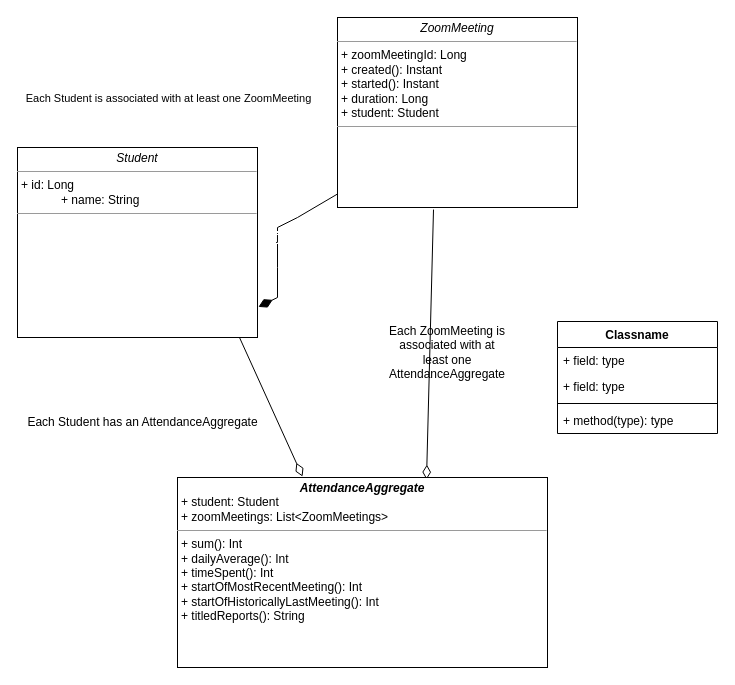
The draw.io diagram docs/work/zoom_uml.drawio in ddc-java-16/zoom-attendance-smoralesss, before the edit. Source tidied: cells renumbered, new cells numbered last; positions are measured from the earlier drawing's top-left corner, leaving out a move shared by most shapes. Both pictures are drawn from the tidied source at 100%, with x=0, y=0 at pixel (17, 17).
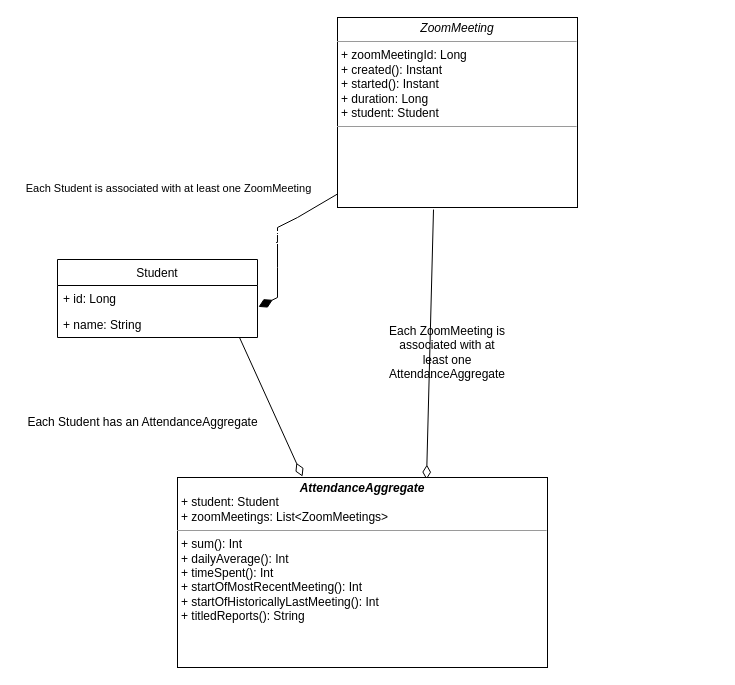
The same diagram, later.

The edit, as a diff of the source:
```diff
@@
 <mxGraphModel>
   <root>
     <mxCell id="0" />
     <mxCell id="1" parent="0" />
-    <mxCell id="2" value="j" style="endArrow=none;html=1;rounded=0;exitX=1.004;exitY=0.839;exitDx=0;exitDy=0;exitPerimeter=0;entryX=0.004;entryY=0.926;entryDx=0;entryDy=0;entryPerimeter=0;startArrow=diamondThin;startFill=1;endFill=0;startSize=13;" parent="1" edge="1" source="6" target="8">
+    <mxCell id="2" value="j" style="endArrow=none;html=1;rounded=0;exitX=1.004;exitY=0.839;exitDx=0;exitDy=0;exitPerimeter=0;entryX=0.004;entryY=0.926;entryDx=0;entryDy=0;entryPerimeter=0;startArrow=diamondThin;startFill=1;endFill=0;startSize=13;" parent="1" edge="1" target="8">
       <mxGeometry relative="1" as="geometry">
+        <mxPoint x="241" y="289.4" as="sourcePoint" />
         <Array as="points">
           <mxPoint x="260" y="280" />
           <mxPoint x="260" y="250" />
           <mxPoint x="260" y="210" />
           <mxPoint x="280" y="200" />
         </Array>
       </mxGeometry>
     </mxCell>
     <mxCell id="3" value="Each Student is associated with at least one ZoomMeeting" style="edgeLabel;html=1;align=center;verticalAlign=middle;rotation=0;" parent="2" vertex="1">
       <mxGeometry relative="1" as="geometry">
-        <mxPoint x="-110" y="-140" as="offset" />
+        <mxPoint x="-110" y="-50" as="offset" />
       </mxGeometry>
     </mxCell>
     <mxCell id="4" style="endArrow=diamondThin;html=1;rounded=0;entryX=0.673;entryY=0.011;entryDx=0;entryDy=0;entryPerimeter=0;startArrow=none;startFill=0;exitX=0.4;exitY=1.011;exitDx=0;exitDy=0;exitPerimeter=0;startSize=12;endFill=0;endSize=12;" parent="1" edge="1" source="8" target="9">
       <mxGeometry relative="1" as="geometry" />
     </mxCell>
     <mxCell id="5" value="Each ZoomMeeting is associated with at least one AttendanceAggregate" style="text;html=1;strokeColor=none;fillColor=none;align=center;verticalAlign=middle;whiteSpace=wrap;rounded=0;" parent="1" vertex="1">
       <mxGeometry x="400" y="320" width="60" height="30" as="geometry" />
     </mxCell>
-    <mxCell id="6" value="&lt;p style=&quot;margin:0px;margin-top:4px;text-align:center;&quot;&gt;&lt;i&gt;Student&lt;/i&gt;&lt;/p&gt;&lt;hr size=&quot;1&quot;&gt;&lt;p style=&quot;margin:0px;margin-left:4px;&quot;&gt;+ id: Long&lt;br&gt;&lt;/p&gt;&lt;blockquote style=&quot;margin: 0 0 0 40px; border: none; padding: 0px;&quot;&gt;&lt;p style=&quot;margin:0px;margin-left:4px;&quot;&gt;+ name: String&lt;/p&gt;&lt;/blockquote&gt;&lt;hr size=&quot;1&quot;&gt;&lt;p style=&quot;margin:0px;margin-left:4px;&quot;&gt;&lt;br&gt;&lt;/p&gt;" style="verticalAlign=top;align=left;overflow=fill;fontSize=12;fontFamily=Helvetica;html=1;" parent="1" vertex="1">
-      <mxGeometry y="130" width="240" height="190" as="geometry" />
-    </mxCell>
-    <mxCell id="7" style="endArrow=diamondThin;html=1;rounded=0;exitX=0.925;exitY=1;exitDx=0;exitDy=0;exitPerimeter=0;entryX=0.338;entryY=-0.005;entryDx=0;entryDy=0;entryPerimeter=0;endFill=0;endSize=12;" parent="1" edge="1" source="6" target="9">
-      <mxGeometry relative="1" as="geometry" />
+    <mxCell id="7" style="endArrow=diamondThin;html=1;rounded=0;exitX=0.925;exitY=1;exitDx=0;exitDy=0;exitPerimeter=0;entryX=0.338;entryY=-0.005;entryDx=0;entryDy=0;entryPerimeter=0;endFill=0;endSize=12;" parent="1" edge="1" target="9">
+      <mxGeometry relative="1" as="geometry">
+        <mxPoint x="222" y="320" as="sourcePoint" />
+      </mxGeometry>
     </mxCell>
     <mxCell id="8" value="&lt;p style=&quot;margin:0px;margin-top:4px;text-align:center;&quot;&gt;&lt;i&gt;ZoomMeeting&lt;/i&gt;&lt;/p&gt;&lt;hr size=&quot;1&quot;&gt;&lt;p style=&quot;margin: 0px 0px 0px 4px;&quot;&gt;+ zoomMeetingId: Long&lt;br&gt;+ created(): Instant&lt;/p&gt;&lt;p style=&quot;margin: 0px 0px 0px 4px;&quot;&gt;+ started(): Instant&lt;/p&gt;&lt;p style=&quot;margin: 0px 0px 0px 4px;&quot;&gt;+ duration: Long&lt;/p&gt;&lt;p style=&quot;margin: 0px 0px 0px 4px;&quot;&gt;+ student: Student&lt;/p&gt;&lt;hr size=&quot;1&quot;&gt;&lt;p style=&quot;margin: 0px 0px 0px 4px;&quot;&gt;&lt;br&gt;&lt;/p&gt;" style="verticalAlign=top;align=left;overflow=fill;fontSize=12;fontFamily=Helvetica;html=1;" parent="1" vertex="1">
       <mxGeometry x="320" width="240" height="190" as="geometry" />
     </mxCell>
     <mxCell id="9" value="&lt;p style=&quot;margin:0px;margin-top:4px;text-align:center;&quot;&gt;&lt;i&gt;&lt;b&gt;AttendanceAggregate&lt;/b&gt;&lt;/i&gt;&lt;br&gt;&lt;/p&gt;&lt;p style=&quot;margin:0px;margin-left:4px;&quot;&gt;+ student: Student&lt;/p&gt;&lt;p style=&quot;margin:0px;margin-left:4px;&quot;&gt;+ zoomMeetings: List&amp;lt;ZoomMeetings&amp;gt;&lt;/p&gt;&lt;hr size=&quot;1&quot;&gt;&lt;p style=&quot;margin:0px;margin-left:4px;&quot;&gt;+ sum(): Int&lt;br&gt;+ dailyAverage(): Int&lt;/p&gt;&lt;p style=&quot;margin:0px;margin-left:4px;&quot;&gt;+ timeSpent(): Int&lt;/p&gt;&lt;p style=&quot;margin:0px;margin-left:4px;&quot;&gt;+ startOfMostRecentMeeting(): Int&lt;/p&gt;&lt;p style=&quot;margin:0px;margin-left:4px;&quot;&gt;+ startOfHistoricallyLastMeeting(): Int&lt;/p&gt;&lt;p style=&quot;margin:0px;margin-left:4px;&quot;&gt;+ titledReports(): String&lt;/p&gt;&lt;p style=&quot;margin:0px;margin-left:4px;&quot;&gt;&lt;br&gt;&lt;/p&gt;&lt;p style=&quot;margin:0px;margin-left:4px;&quot;&gt;&lt;br&gt;&lt;/p&gt;" style="verticalAlign=top;align=left;overflow=fill;fontSize=12;fontFamily=Helvetica;html=1;" parent="1" vertex="1">
       <mxGeometry x="160" y="460" width="370" height="190" as="geometry" />
     </mxCell>
     <mxCell id="10" value="Each Student has an AttendanceAggregate" style="text;html=1;align=center;verticalAlign=middle;fillColor=none;strokeColor=none;rounded=0;" parent="1" vertex="1">
       <mxGeometry y="390" width="250" height="30" as="geometry" />
     </mxCell>
-    <mxCell id="11" value="Classname" style="swimlane;fontStyle=1;align=center;verticalAlign=top;horizontal=1;startSize=26;" parent="1" vertex="1">
-      <mxGeometry x="540" y="304" width="160" height="112" as="geometry" />
-    </mxCell>
-    <mxCell id="12" value="+ field: type" style="text;strokeColor=none;fillColor=none;align=left;verticalAlign=top;spacingLeft=4;spacingRight=4;overflow=hidden;" parent="11" vertex="1">
-      <mxGeometry y="26" width="160" height="26" as="geometry" />
-    </mxCell>
-    <mxCell id="13" value="+ field: type" style="text;strokeColor=none;fillColor=none;align=left;verticalAlign=top;spacingLeft=4;spacingRight=4;overflow=hidden;" parent="11" vertex="1">
-      <mxGeometry y="52" width="160" height="26" as="geometry" />
-    </mxCell>
-    <mxCell id="14" style="line;strokeWidth=1;fillColor=none;align=left;verticalAlign=middle;spacingTop=-1;spacingLeft=3;spacingRight=3;labelPosition=right;strokeColor=inherit;" parent="11" vertex="1">
-      <mxGeometry y="78" width="160" height="8" as="geometry" />
-    </mxCell>
-    <mxCell id="15" value="+ method(type): type" style="text;strokeColor=none;fillColor=none;align=left;verticalAlign=top;spacingLeft=4;spacingRight=4;overflow=hidden;" parent="11" vertex="1">
-      <mxGeometry y="86" width="160" height="26" as="geometry" />
-    </mxCell>
+    <mxCell id="16" value="Student" style="swimlane;fontStyle=0;horizontal=1;startSize=26;fillColor=none;" parent="1" vertex="1">
+      <mxGeometry x="40" y="242" width="200" height="78" as="geometry" />
+    </mxCell>
+    <mxCell id="17" value="+ id: Long" style="text;strokeColor=none;fillColor=none;align=left;verticalAlign=top;spacingLeft=4;spacingRight=4;overflow=hidden;" parent="16" vertex="1">
+      <mxGeometry y="26" width="200" height="26" as="geometry" />
+    </mxCell>
+    <mxCell id="18" value="+ name: String" style="text;strokeColor=none;fillColor=none;align=left;verticalAlign=top;spacingLeft=4;spacingRight=4;overflow=hidden;" parent="16" vertex="1">
+      <mxGeometry y="52" width="200" height="26" as="geometry" />
+    </mxCell>
   </root>
 </mxGraphModel>
```
